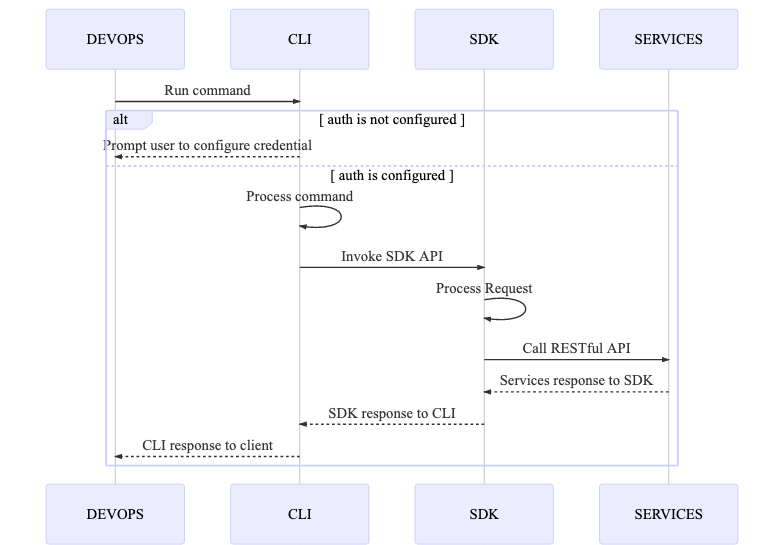
Before: docs/diagrams/seq_diagram.png, a diagram exported from Mermaid (f5devcentral/f5-cli). Its source is kept beside it as docs/diagrams/src/seq_diagram.mmd.
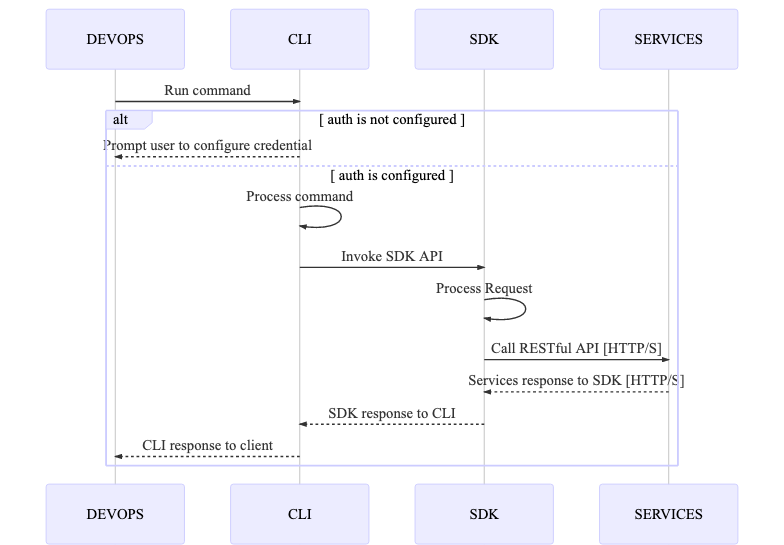
The same file after the commit.

Commit message:
update seq diagram

What changed in the source:
```diff
@@ -12,8 +12,8 @@
         C->>C: Process command
         C->>S: Invoke SDK API
         S->>S: Process Request
-        S->>SVC: Call RESTful API
-        SVC-->>S: Services response to SDK
+        S->>SVC: Call RESTful API [HTTP/S]
+        SVC-->>S: Services response to SDK [HTTP/S]
         S-->>C: SDK response to CLI
         C-->>D: CLI response to client
     end
```
